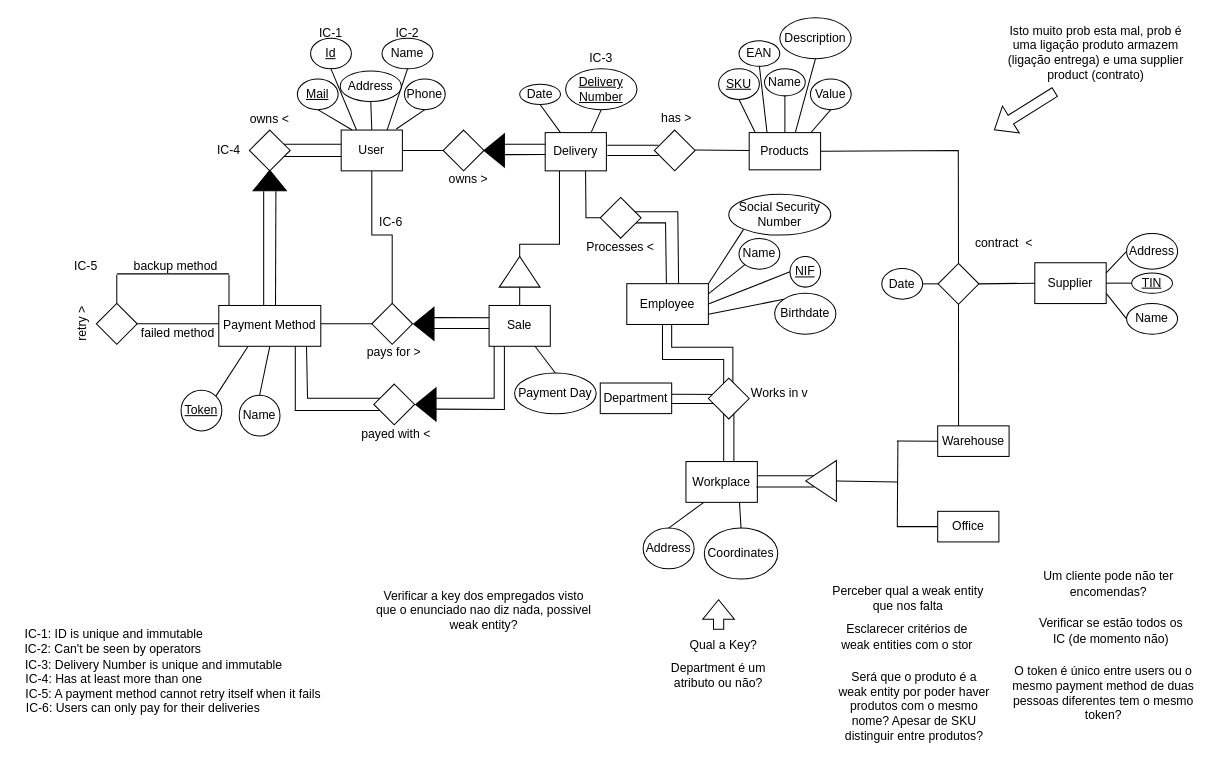
This is Entrega 1/Entrega 1.drawio from Axiself/Proj-BD-22-23, a draw.io file, before an edit. Source tidied: cells renumbered, new cells numbered last; positions are measured from the earlier drawing's top-left corner, leaving out a move shared by most shapes. Both pictures are drawn from the tidied source at 102%, with x=0, y=0 at pixel (17, 17).
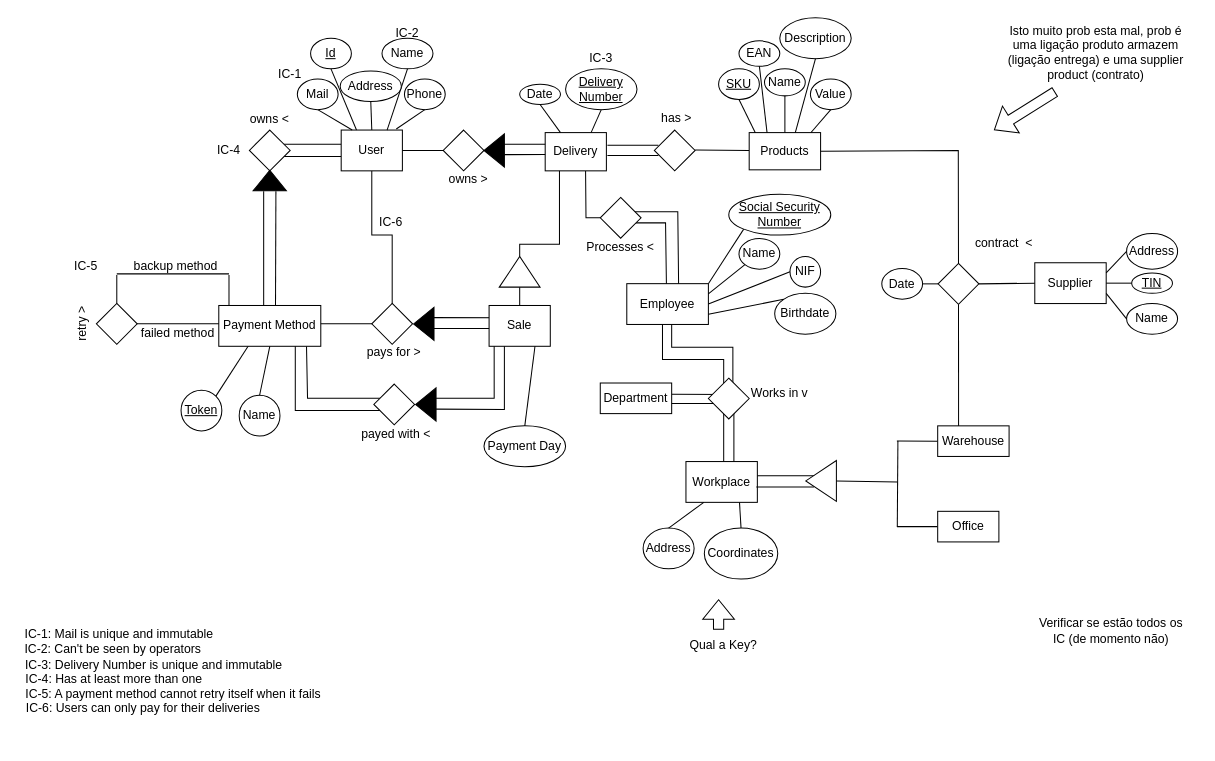
After the change.

Diff of the diagram source:
```diff
@@
-    <mxCell id="29" value="Mail" style="ellipse;whiteSpace=wrap;html=1;align=center;fontStyle=4;" parent="1" vertex="1">
+    <mxCell id="29" value="Mail" style="ellipse;whiteSpace=wrap;html=1;align=center;fontStyle=0;" parent="1" vertex="1">
       <mxGeometry x="274" y="60" width="40" height="30" as="geometry" />
     </mxCell>
@@
     <mxCell id="55" value="Payment Day" style="ellipse;whiteSpace=wrap;html=1;align=center;" parent="1" vertex="1">
-      <mxGeometry x="487" y="348.2" width="80" height="40" as="geometry" />
+      <mxGeometry x="457" y="400" width="80" height="40" as="geometry" />
     </mxCell>
@@
     <mxCell id="57" value="IC-1" style="text;html=1;strokeColor=none;fillColor=none;align=center;verticalAlign=middle;whiteSpace=wrap;rounded=0;" parent="1" vertex="1">
-      <mxGeometry x="277" width="60" height="30" as="geometry" />
+      <mxGeometry x="237" y="40" width="60" height="30" as="geometry" />
     </mxCell>
@@
-    <mxCell id="133" value="Social Security Number" style="ellipse;whiteSpace=wrap;html=1;align=center;" parent="1" vertex="1">
+    <mxCell id="133" value="Social Security Number" style="ellipse;whiteSpace=wrap;html=1;align=center;fontStyle=4;" parent="1" vertex="1">
       <mxGeometry x="697" y="173" width="100" height="40" as="geometry" />
     </mxCell>
-    <mxCell id="134" value="NIF" style="ellipse;whiteSpace=wrap;html=1;align=center;fontStyle=4;" parent="1" vertex="1">
+    <mxCell id="134" value="NIF" style="ellipse;whiteSpace=wrap;html=1;align=center;fontStyle=0;" parent="1" vertex="1">
       <mxGeometry x="757" y="234" width="30" height="30" as="geometry" />
     </mxCell>
@@
-    <mxCell id="139" value="IC-1: ID is unique and&amp;nbsp;immutable" style="text;html=1;strokeColor=none;fillColor=none;align=center;verticalAlign=middle;whiteSpace=wrap;rounded=0;" parent="1" vertex="1">
-      <mxGeometry x="2" y="589" width="185" height="30" as="geometry" />
+    <mxCell id="139" value="IC-1: Mail is unique and&amp;nbsp;immutable" style="text;html=1;strokeColor=none;fillColor=none;align=center;verticalAlign=middle;whiteSpace=wrap;rounded=0;" parent="1" vertex="1">
+      <mxGeometry x="2" y="589" width="195" height="30" as="geometry" />
     </mxCell>
@@
-    <mxCell id="147" value="Department é um atributo ou não?" style="text;html=1;strokeColor=none;fillColor=none;align=center;verticalAlign=middle;whiteSpace=wrap;rounded=0;" parent="1" vertex="1">
-      <mxGeometry x="632" y="630" width="110" height="30" as="geometry" />
-    </mxCell>
-    <mxCell id="148" value="Perceber qual a weak entity que nos falta" style="text;html=1;strokeColor=none;fillColor=none;align=center;verticalAlign=middle;whiteSpace=wrap;rounded=0;" parent="1" vertex="1">
-      <mxGeometry x="792.5" y="548" width="160" height="41" as="geometry" />
-    </mxCell>
-    <mxCell id="149" value="Esclarecer critérios de weak entities com o stor" style="text;html=1;strokeColor=none;fillColor=none;align=center;verticalAlign=middle;whiteSpace=wrap;rounded=0;" parent="1" vertex="1">
-      <mxGeometry x="797" y="594" width="150" height="26" as="geometry" />
-    </mxCell>
@@
-    <mxCell id="151" value="Um cliente pode não ter encomendas?" style="text;html=1;strokeColor=none;fillColor=none;align=center;verticalAlign=middle;whiteSpace=wrap;rounded=0;" parent="1" vertex="1">
-      <mxGeometry x="1002" y="540.2" width="135" height="30" as="geometry" />
-    </mxCell>
-    <mxCell id="152" value="O token é único entre users ou o mesmo payment method de duas pessoas diferentes tem o mesmo token?" style="text;html=1;strokeColor=none;fillColor=none;align=center;verticalAlign=middle;whiteSpace=wrap;rounded=0;" parent="1" vertex="1">
-      <mxGeometry x="971.8" y="632.2" width="185" height="59.8" as="geometry" />
-    </mxCell>
-    <mxCell id="153" value="Será que o produto é a weak entity por poder haver produtos com o mesmo nome? Apesar de SKU distinguir entre produtos?" style="text;html=1;strokeColor=none;fillColor=none;align=center;verticalAlign=middle;whiteSpace=wrap;rounded=0;" parent="1" vertex="1">
-      <mxGeometry x="802.5" y="648" width="152" height="54" as="geometry" />
-    </mxCell>
-    <mxCell id="154" value="Verificar a key dos empregados visto que o enunciado nao diz nada, possivel weak entity?" style="text;html=1;strokeColor=none;fillColor=none;align=center;verticalAlign=middle;whiteSpace=wrap;rounded=0;" parent="1" vertex="1">
-      <mxGeometry x="347" y="558" width="220" height="46" as="geometry" />
-    </mxCell>
```
